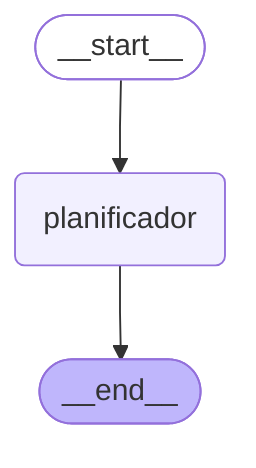
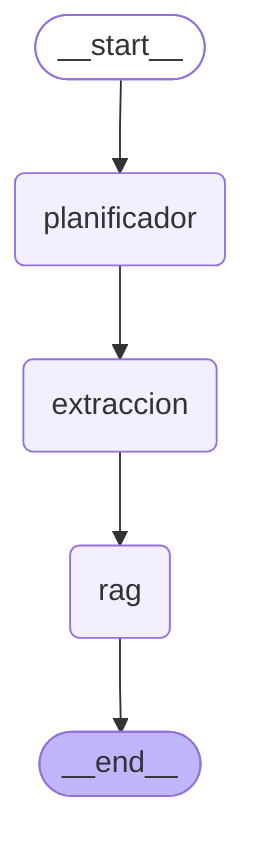
---
config:
  flowchart:
    curve: linear
---
graph TD;
	__start__([<p>__start__</p>]):::first
	planificador(planificador)
+ 	extraccion(extraccion)
+ 	rag(rag)
	__end__([<p>__end__</p>]):::last
	__start__ --> planificador;
- 	planificador --> __end__;
+ 	extraccion --> rag;
+ 	planificador --> extraccion;
+ 	rag --> __end__;
	classDef default fill:#f2f0ff,line-height:1.2
	classDef first fill-opacity:0
	classDef last fill:#bfb6fc
